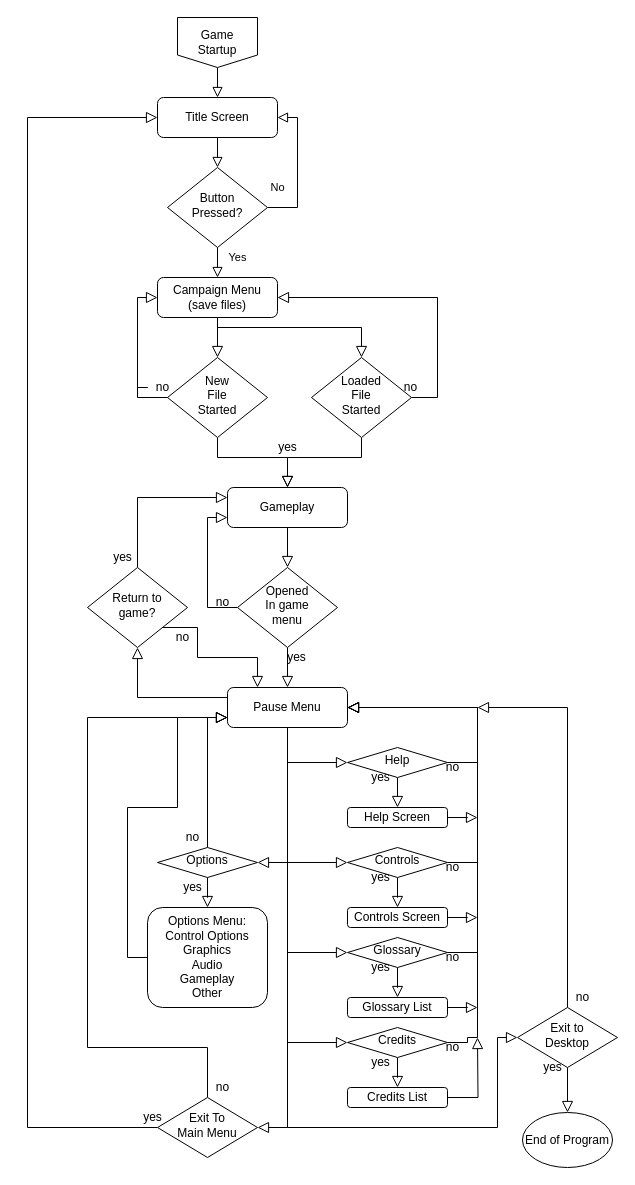
Above: ScreenFlow_Diagram.drawio in William-Fraser/William-Fraser (draw.io), before the change. Source tidied: cells renumbered, new cells numbered last; positions are measured from the earlier drawing's top-left corner, leaving out a move shared by most shapes. Both pictures are drawn from the tidied source at 100%, with x=0, y=0 at pixel (27, 17).
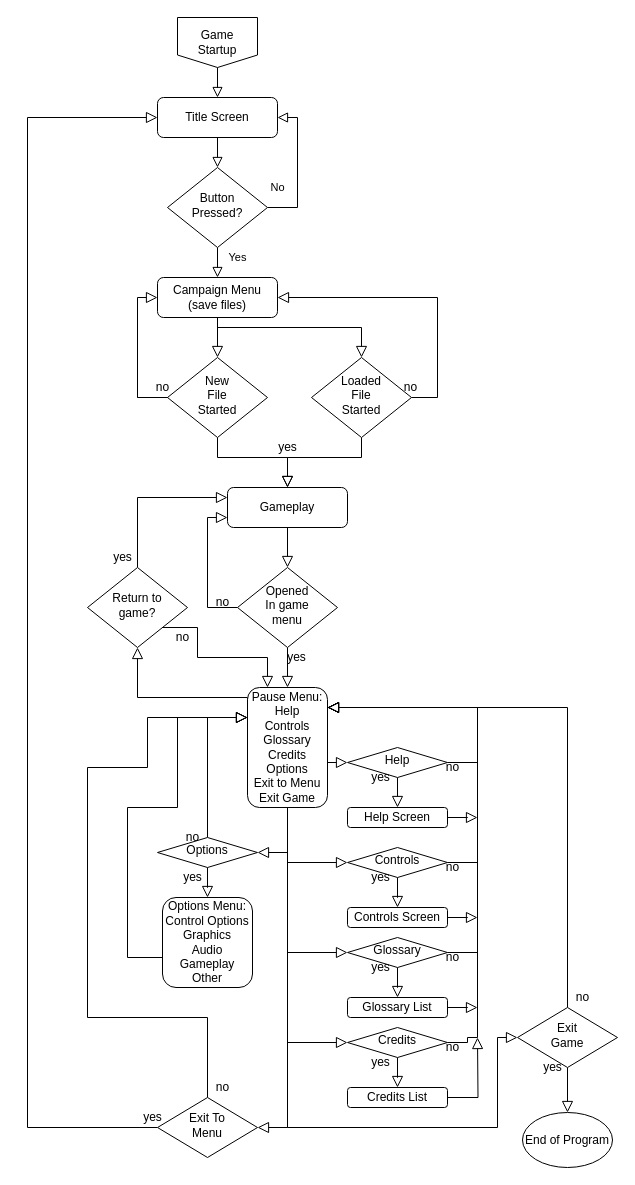
The same page after the edit.

Unchanged cells that the change refers to:
```xml
<mxCell id="11" value="Campaign Menu&lt;br&gt;(save files)" style="rounded=1;whiteSpace=wrap;html=1;fontSize=12;glass=0;strokeWidth=1;shadow=0;" parent="1" vertex="1">
  <mxGeometry x="130" y="260" width="120" height="40" as="geometry" />
</mxCell>
<mxCell id="14" value="New&lt;br&gt;File&lt;br&gt;Started" style="rhombus;whiteSpace=wrap;html=1;shadow=0;fontFamily=Helvetica;fontSize=12;align=center;strokeWidth=1;spacing=6;spacingTop=-4;" parent="1" vertex="1">
  <mxGeometry x="140" y="340" width="100" height="80" as="geometry" />
</mxCell>
<mxCell id="37" value="Return to&lt;br&gt;game?" style="rhombus;whiteSpace=wrap;html=1;shadow=0;fontFamily=Helvetica;fontSize=12;align=center;strokeWidth=1;spacing=6;spacingTop=-4;" parent="1" vertex="1">
  <mxGeometry x="60" y="550" width="100" height="80" as="geometry" />
</mxCell>
<mxCell id="40" value="no" style="text;html=1;align=center;verticalAlign=middle;points=[];fillColor=none;strokeColor=none;rounded=0;" parent="1" vertex="1">
  <mxGeometry x="120" y="360" width="30" height="20" as="geometry" />
</mxCell>
<mxCell id="45" value="Help" style="rhombus;whiteSpace=wrap;html=1;shadow=0;fontFamily=Helvetica;fontSize=12;align=center;strokeWidth=1;spacing=6;spacingTop=-4;" parent="1" vertex="1">
  <mxGeometry x="320" y="730" width="100" height="30" as="geometry" />
</mxCell>
<mxCell id="48" value="Controls" style="rhombus;whiteSpace=wrap;html=1;shadow=0;fontFamily=Helvetica;fontSize=12;align=center;strokeWidth=1;spacing=6;spacingTop=-4;" parent="1" vertex="1">
  <mxGeometry x="320" y="830" width="100" height="30" as="geometry" />
</mxCell>
<mxCell id="51" value="Glossary" style="rhombus;whiteSpace=wrap;html=1;shadow=0;fontFamily=Helvetica;fontSize=12;align=center;strokeWidth=1;spacing=6;spacingTop=-4;" parent="1" vertex="1">
  <mxGeometry x="320" y="920" width="100" height="30" as="geometry" />
</mxCell>
<mxCell id="63" value="Credits" style="rhombus;whiteSpace=wrap;html=1;shadow=0;fontFamily=Helvetica;fontSize=12;align=center;strokeWidth=1;spacing=6;spacingTop=-4;" parent="1" vertex="1">
  <mxGeometry x="320" y="1010" width="100" height="30" as="geometry" />
</mxCell>
```

Change to the diagram source:
```diff
@@
-    <mxCell id="13" style="edgeStyle=orthogonalEdgeStyle;rounded=0;jettySize=auto;html=1;entryX=0;entryY=0.5;entryDx=0;entryDy=0;endArrow=block;endFill=0;endSize=9;startArrow=none;" parent="1" edge="1" source="40" target="11">
+    <mxCell id="13" style="edgeStyle=orthogonalEdgeStyle;rounded=0;jettySize=auto;html=1;entryX=0;entryY=0.5;entryDx=0;entryDy=0;endArrow=block;endFill=0;endSize=9;startArrow=none;" parent="1" edge="1" target="11">
       <mxGeometry relative="1" as="geometry">
+        <mxPoint x="110" y="380" as="sourcePoint" />
         <Array as="points">
           <mxPoint x="110" y="280" />
         </Array>
       </mxGeometry>
     </mxCell>
@@
     <mxCell id="28" style="edgeStyle=orthogonalEdgeStyle;rounded=0;jettySize=auto;html=1;endArrow=block;endFill=0;endSize=9;entryX=0;entryY=0.5;entryDx=0;entryDy=0;" parent="1" edge="1" source="34" target="45">
-      <mxGeometry relative="1" as="geometry" />
+      <mxGeometry relative="1" as="geometry">
+        <Array as="points">
+          <mxPoint x="300" y="745" />
+          <mxPoint x="300" y="745" />
+        </Array>
+      </mxGeometry>
     </mxCell>
     <mxCell id="29" style="edgeStyle=orthogonalEdgeStyle;rounded=0;jettySize=auto;html=1;endArrow=block;endFill=0;endSize=9;entryX=0;entryY=0.5;entryDx=0;entryDy=0;" parent="1" edge="1" source="34" target="48">
-      <mxGeometry relative="1" as="geometry" />
+      <mxGeometry relative="1" as="geometry">
+        <Array as="points">
+          <mxPoint x="260" y="845" />
+        </Array>
+      </mxGeometry>
     </mxCell>
     <mxCell id="30" style="edgeStyle=orthogonalEdgeStyle;rounded=0;jettySize=auto;html=1;endArrow=block;endFill=0;endSize=9;entryX=0;entryY=0.5;entryDx=0;entryDy=0;" parent="1" edge="1" source="34" target="63">
-      <mxGeometry relative="1" as="geometry" />
+      <mxGeometry relative="1" as="geometry">
+        <Array as="points">
+          <mxPoint x="260" y="1025" />
+        </Array>
+      </mxGeometry>
     </mxCell>
     <mxCell id="31" style="edgeStyle=orthogonalEdgeStyle;rounded=0;jettySize=auto;html=1;endArrow=block;endFill=0;endSize=9;entryX=0;entryY=0.5;entryDx=0;entryDy=0;" parent="1" edge="1" source="34" target="51">
-      <mxGeometry relative="1" as="geometry" />
+      <mxGeometry relative="1" as="geometry">
+        <Array as="points">
+          <mxPoint x="260" y="935" />
+        </Array>
+      </mxGeometry>
     </mxCell>
@@
-    <mxCell id="34" value="Pause Menu" style="rounded=1;whiteSpace=wrap;html=1;fontSize=12;glass=0;strokeWidth=1;shadow=0;" parent="1" vertex="1">
-      <mxGeometry x="200" y="670" width="120" height="40" as="geometry" />
+    <mxCell id="34" value="Pause Menu:&lt;br&gt;Help&lt;br&gt;Controls&lt;br&gt;Glossary&lt;br&gt;Credits&lt;br&gt;Options&lt;br&gt;Exit to Menu&lt;br&gt;Exit Game" style="rounded=1;whiteSpace=wrap;html=1;fontSize=12;glass=0;strokeWidth=1;shadow=0;" parent="1" vertex="1">
+      <mxGeometry x="220" y="670" width="80" height="120" as="geometry" />
     </mxCell>
@@
-    <mxCell id="36" style="edgeStyle=orthogonalEdgeStyle;rounded=0;jettySize=auto;html=1;endArrow=block;endFill=0;endSize=9;exitX=0;exitY=1;exitDx=0;exitDy=0;entryX=0.25;entryY=0;entryDx=0;entryDy=0;" parent="1" edge="1" source="37" target="34">
+    <mxCell id="36" style="edgeStyle=orthogonalEdgeStyle;rounded=0;jettySize=auto;html=1;endArrow=block;endFill=0;endSize=9;exitX=1;exitY=1;exitDx=0;exitDy=0;entryX=0.25;entryY=0;entryDx=0;entryDy=0;" parent="1" edge="1" source="37" target="34">
       <mxGeometry relative="1" as="geometry">
         <Array as="points">
           <mxPoint x="170" y="610" />
           <mxPoint x="170" y="640" />
-          <mxPoint x="230" y="640" />
+          <mxPoint x="240" y="640" />
         </Array>
       </mxGeometry>
     </mxCell>
@@
-    <mxCell id="41" style="edgeStyle=orthogonalEdgeStyle;rounded=0;jettySize=auto;html=1;entryX=0;entryY=0.5;entryDx=0;entryDy=0;endArrow=none;endFill=0;endSize=9;" parent="1" edge="1" source="14" target="40">
+    <mxCell id="41" style="edgeStyle=orthogonalEdgeStyle;rounded=0;jettySize=auto;html=1;endArrow=none;endFill=0;endSize=9;" parent="1" edge="1" source="14">
       <mxGeometry relative="1" as="geometry">
+        <mxPoint x="140" y="380" as="targetPoint" />
         <Array as="points">
           <mxPoint x="110" y="380" />
         </Array>
       </mxGeometry>
     </mxCell>
@@
-    <mxCell id="44" style="edgeStyle=orthogonalEdgeStyle;rounded=0;jettySize=auto;html=1;entryX=1;entryY=0.5;entryDx=0;entryDy=0;endArrow=block;endFill=0;endSize=9;exitX=1;exitY=0.5;exitDx=0;exitDy=0;" parent="1" edge="1" source="45" target="34">
+    <mxCell id="44" style="edgeStyle=orthogonalEdgeStyle;rounded=0;jettySize=auto;html=1;endArrow=block;endFill=0;endSize=9;exitX=1;exitY=0.5;exitDx=0;exitDy=0;" parent="1" edge="1" source="45">
       <mxGeometry relative="1" as="geometry">
+        <mxPoint x="300" y="690" as="targetPoint" />
         <Array as="points">
           <mxPoint x="450" y="745" />
           <mxPoint x="450" y="690" />
         </Array>
       </mxGeometry>
     </mxCell>
@@
-    <mxCell id="47" style="edgeStyle=orthogonalEdgeStyle;rounded=0;jettySize=auto;html=1;entryX=1;entryY=0.5;entryDx=0;entryDy=0;endArrow=block;endFill=0;endSize=9;" parent="1" edge="1" source="48" target="34">
+    <mxCell id="47" style="edgeStyle=orthogonalEdgeStyle;rounded=0;jettySize=auto;html=1;endArrow=block;endFill=0;endSize=9;" parent="1" edge="1" source="48">
       <mxGeometry relative="1" as="geometry">
+        <mxPoint x="300" y="690" as="targetPoint" />
         <Array as="points">
           <mxPoint x="450" y="845" />
           <mxPoint x="450" y="690" />
         </Array>
       </mxGeometry>
     </mxCell>
@@
-    <mxCell id="50" style="edgeStyle=orthogonalEdgeStyle;rounded=0;jettySize=auto;html=1;entryX=1;entryY=0.5;entryDx=0;entryDy=0;endArrow=block;endFill=0;endSize=9;" parent="1" edge="1" source="51" target="34">
+    <mxCell id="50" style="edgeStyle=orthogonalEdgeStyle;rounded=0;jettySize=auto;html=1;endArrow=block;endFill=0;endSize=9;" parent="1" edge="1" source="51">
       <mxGeometry relative="1" as="geometry">
+        <mxPoint x="300" y="690" as="targetPoint" />
         <Array as="points">
           <mxPoint x="450" y="935" />
           <mxPoint x="450" y="690" />
         </Array>
       </mxGeometry>
     </mxCell>
@@
     <mxCell id="53" style="edgeStyle=orthogonalEdgeStyle;rounded=0;jettySize=auto;html=1;endArrow=block;endFill=0;endSize=9;" parent="1" edge="1" source="54">
       <mxGeometry relative="1" as="geometry">
-        <mxPoint x="200" y="700" as="targetPoint" />
+        <mxPoint x="220" y="700" as="targetPoint" />
         <Array as="points">
           <mxPoint x="180" y="700" />
           <mxPoint x="200" y="700" />
         </Array>
       </mxGeometry>
     </mxCell>
     <mxCell id="54" value="Options" style="rhombus;whiteSpace=wrap;html=1;shadow=0;fontFamily=Helvetica;fontSize=12;align=center;strokeWidth=1;spacing=6;spacingTop=-4;" parent="1" vertex="1">
-      <mxGeometry x="130" y="830" width="100" height="30" as="geometry" />
+      <mxGeometry x="130" y="820" width="100" height="30" as="geometry" />
     </mxCell>
@@
     <mxCell id="56" style="edgeStyle=orthogonalEdgeStyle;rounded=0;jettySize=auto;html=1;endArrow=block;endFill=0;endSize=9;" parent="1" edge="1" source="57">
       <mxGeometry relative="1" as="geometry">
-        <mxPoint x="450" y="690" as="targetPoint" />
+        <mxPoint x="300" y="690" as="targetPoint" />
         <Array as="points">
           <mxPoint x="540" y="690" />
         </Array>
       </mxGeometry>
     </mxCell>
-    <mxCell id="57" value="Exit to &lt;br&gt;Desktop" style="rhombus;whiteSpace=wrap;html=1;shadow=0;fontFamily=Helvetica;fontSize=12;align=center;strokeWidth=1;spacing=6;spacingTop=-4;" parent="1" vertex="1">
+    <mxCell id="57" value="Exit&lt;br&gt;Game" style="rhombus;whiteSpace=wrap;html=1;shadow=0;fontFamily=Helvetica;fontSize=12;align=center;strokeWidth=1;spacing=6;spacingTop=-4;" parent="1" vertex="1">
       <mxGeometry x="490" y="990" width="100" height="60" as="geometry" />
     </mxCell>
@@
-    <mxCell id="59" style="edgeStyle=orthogonalEdgeStyle;rounded=0;jettySize=auto;html=1;endArrow=block;endFill=0;endSize=9;entryX=0;entryY=0.75;entryDx=0;entryDy=0;" parent="1" edge="1" source="60" target="34">
+    <mxCell id="59" style="edgeStyle=orthogonalEdgeStyle;rounded=0;jettySize=auto;html=1;endArrow=block;endFill=0;endSize=9;" parent="1" edge="1" source="60">
       <mxGeometry relative="1" as="geometry">
+        <mxPoint x="220" y="700" as="targetPoint" />
         <Array as="points">
-          <mxPoint x="180" y="1030" />
-          <mxPoint x="60" y="1030" />
-          <mxPoint x="60" y="700" />
+          <mxPoint x="180" y="1000" />
+          <mxPoint x="60" y="1000" />
+          <mxPoint x="60" y="750" />
+          <mxPoint x="120" y="750" />
+          <mxPoint x="120" y="700" />
         </Array>
       </mxGeometry>
     </mxCell>
-    <mxCell id="60" value="Exit To &lt;br&gt;Main Menu" style="rhombus;whiteSpace=wrap;html=1;shadow=0;fontFamily=Helvetica;fontSize=12;align=center;strokeWidth=1;spacing=6;spacingTop=-4;" parent="1" vertex="1">
+    <mxCell id="60" value="Exit To&lt;br&gt;Menu" style="rhombus;whiteSpace=wrap;html=1;shadow=0;fontFamily=Helvetica;fontSize=12;align=center;strokeWidth=1;spacing=6;spacingTop=-4;" parent="1" vertex="1">
       <mxGeometry x="130" y="1080" width="100" height="60" as="geometry" />
     </mxCell>
@@
     <mxCell id="62" style="edgeStyle=orthogonalEdgeStyle;rounded=0;jettySize=auto;html=1;endArrow=block;endFill=0;endSize=9;exitX=1;exitY=0.5;exitDx=0;exitDy=0;" parent="1" edge="1" source="63">
       <mxGeometry relative="1" as="geometry">
-        <mxPoint x="320" y="690" as="targetPoint" />
+        <mxPoint x="300" y="690" as="targetPoint" />
         <Array as="points">
           <mxPoint x="440" y="1025" />
           <mxPoint x="440" y="1020" />
           <mxPoint x="450" y="1020" />
           <mxPoint x="450" y="690" />
         </Array>
       </mxGeometry>
     </mxCell>
@@
     <mxCell id="83" style="edgeStyle=orthogonalEdgeStyle;rounded=0;jettySize=auto;html=1;endArrow=block;endFill=0;endSize=9;" parent="1" edge="1" source="84">
       <mxGeometry relative="1" as="geometry">
-        <mxPoint x="200" y="700" as="targetPoint" />
+        <mxPoint x="220" y="700" as="targetPoint" />
         <Array as="points">
           <mxPoint x="100" y="940" />
           <mxPoint x="100" y="790" />
           <mxPoint x="150" y="790" />
           <mxPoint x="150" y="700" />
         </Array>
       </mxGeometry>
     </mxCell>
     <mxCell id="84" value="Options Menu:&lt;br&gt;Control Options&lt;br&gt;Graphics&lt;br&gt;Audio&lt;br&gt;Gameplay&lt;br&gt;Other" style="rounded=1;whiteSpace=wrap;html=1;fontSize=12;glass=0;strokeWidth=1;shadow=0;" parent="1" vertex="1">
-      <mxGeometry x="120" y="890" width="120" height="100" as="geometry" />
+      <mxGeometry x="135" y="880" width="90" height="90" as="geometry" />
     </mxCell>
     <mxCell id="85" value="yes" style="text;html=1;align=center;verticalAlign=middle;fillColor=none;strokeColor=none;rounded=0;" parent="1" vertex="1">
-      <mxGeometry x="150" y="860" width="30" height="20" as="geometry" />
+      <mxGeometry x="150" y="850" width="30" height="20" as="geometry" />
     </mxCell>
```
